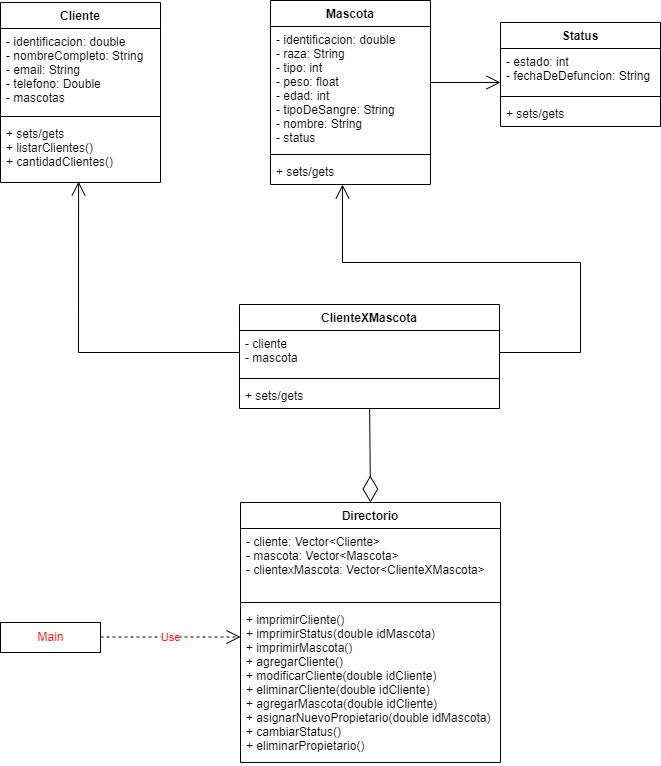
This is ClinicaVeterinariUML.drawio.png from JuanRx19/ClinicaVeterinaria, a draw.io export, as it was before one commit. Source tidied: cells renumbered, new cells last; positions are measured from the earlier drawing's top-left corner, leaving out a move shared by most shapes.
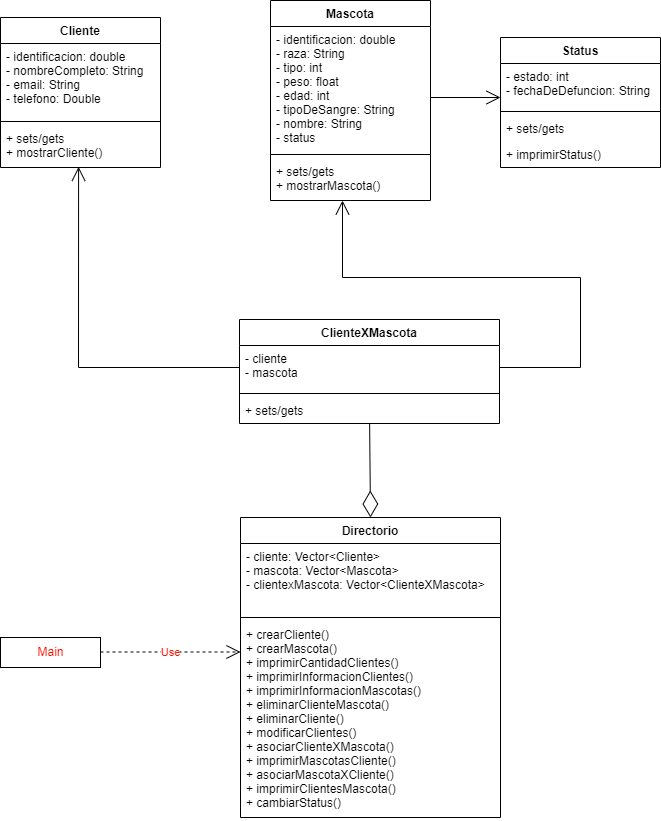
After the commit.

Commit message:
Actualización UML

Agregamos nuevas funcionalidades, por ende, las agregamos en el UML

The edit, as a diff of the source:
```diff
@@ -12,19 +12,19 @@
       </mxGeometry>
     </mxCell>
     <mxCell id="4" value="Cliente" style="swimlane;fontStyle=1;align=center;verticalAlign=top;horizontal=1;startSize=26;fontColor=#000000;" parent="1" vertex="1">
-      <mxGeometry y="2" width="160" height="180" as="geometry" />
+      <mxGeometry y="2" width="160" height="150" as="geometry" />
     </mxCell>
-    <mxCell id="5" value="- identificacion: double&#10;- nombreCompleto: String&#10;- email: String&#10;- telefono: Double&#10;- mascotas" style="text;strokeColor=none;fillColor=none;align=left;verticalAlign=top;spacingLeft=4;spacingRight=4;overflow=hidden;fontColor=#000000;" parent="4" vertex="1">
-      <mxGeometry y="26" width="160" height="84" as="geometry" />
+    <mxCell id="5" value="- identificacion: double&#10;- nombreCompleto: String&#10;- email: String&#10;- telefono: Double" style="text;strokeColor=none;fillColor=none;align=left;verticalAlign=top;spacingLeft=4;spacingRight=4;overflow=hidden;fontColor=#000000;" parent="4" vertex="1">
+      <mxGeometry y="26" width="160" height="74" as="geometry" />
     </mxCell>
     <mxCell id="6" style="line;strokeWidth=1;fillColor=none;align=left;verticalAlign=middle;spacingTop=-1;spacingLeft=3;spacingRight=3;labelPosition=right;fontColor=#FF1100;" parent="4" vertex="1">
-      <mxGeometry y="110" width="160" height="8" as="geometry" />
+      <mxGeometry y="100" width="160" height="8" as="geometry" />
     </mxCell>
-    <mxCell id="7" value="+ sets/gets&#10;+ listarClientes()&#10;+ cantidadClientes()" style="text;strokeColor=none;fillColor=none;align=left;verticalAlign=top;spacingLeft=4;spacingRight=4;overflow=hidden;points=[[0,0.5],[1,0.5]];portConstraint=eastwest;fontColor=#000000;" parent="4" vertex="1">
-      <mxGeometry y="118" width="160" height="62" as="geometry" />
+    <mxCell id="7" value="+ sets/gets&#10;+ mostrarCliente()" style="text;strokeColor=none;fillColor=none;align=left;verticalAlign=top;spacingLeft=4;spacingRight=4;overflow=hidden;points=[[0,0.5],[1,0.5]];portConstraint=eastwest;fontColor=#000000;" parent="4" vertex="1">
+      <mxGeometry y="108" width="160" height="42" as="geometry" />
     </mxCell>
     <mxCell id="8" value="Mascota" style="swimlane;fontStyle=1;align=center;verticalAlign=top;horizontal=1;startSize=26;fontColor=#000000;" parent="1" vertex="1">
-      <mxGeometry x="270" width="160" height="184" as="geometry" />
+      <mxGeometry x="270" y="-15" width="160" height="200" as="geometry" />
     </mxCell>
     <mxCell id="9" value="- identificacion: double&#10;- raza: String&#10;- tipo: int&#10;- peso: float&#10;- edad: int&#10;- tipoDeSangre: String&#10;- nombre: String&#10;- status" style="text;strokeColor=none;fillColor=none;align=left;verticalAlign=top;spacingLeft=4;spacingRight=4;overflow=hidden;fontColor=#000000;" parent="8" vertex="1">
       <mxGeometry y="26" width="160" height="124" as="geometry" />
@@ -32,11 +32,11 @@
     <mxCell id="10" style="line;strokeWidth=1;fillColor=none;align=left;verticalAlign=middle;spacingTop=-1;spacingLeft=3;spacingRight=3;labelPosition=right;fontColor=#FF1100;" parent="8" vertex="1">
       <mxGeometry y="150" width="160" height="8" as="geometry" />
     </mxCell>
-    <mxCell id="11" value="+ sets/gets" style="text;strokeColor=none;fillColor=none;align=left;verticalAlign=top;spacingLeft=4;spacingRight=4;overflow=hidden;points=[[0,0.5],[1,0.5]];portConstraint=eastwest;fontColor=#000000;" parent="8" vertex="1">
-      <mxGeometry y="158" width="160" height="26" as="geometry" />
+    <mxCell id="11" value="+ sets/gets&#10;+ mostrarMascota()" style="text;strokeColor=none;fillColor=none;align=left;verticalAlign=top;spacingLeft=4;spacingRight=4;overflow=hidden;points=[[0,0.5],[1,0.5]];portConstraint=eastwest;fontColor=#000000;" parent="8" vertex="1">
+      <mxGeometry y="158" width="160" height="42" as="geometry" />
     </mxCell>
     <mxCell id="12" value="Status" style="swimlane;fontStyle=1;align=center;verticalAlign=top;horizontal=1;startSize=26;fontColor=#000000;" parent="1" vertex="1">
-      <mxGeometry x="500" y="22" width="160" height="104" as="geometry" />
+      <mxGeometry x="500" y="22" width="160" height="130" as="geometry" />
     </mxCell>
     <mxCell id="13" value="- estado: int&#10;- fechaDeDefuncion: String" style="text;strokeColor=none;fillColor=none;align=left;verticalAlign=top;spacingLeft=4;spacingRight=4;overflow=hidden;fontColor=#000000;" parent="12" vertex="1">
       <mxGeometry y="26" width="160" height="44" as="geometry" />
@@ -53,8 +53,11 @@
     <mxCell id="16" value="+ sets/gets" style="text;strokeColor=none;fillColor=none;align=left;verticalAlign=top;spacingLeft=4;spacingRight=4;overflow=hidden;fontColor=#000000;" parent="12" vertex="1">
       <mxGeometry y="78" width="160" height="26" as="geometry" />
     </mxCell>
+    <mxCell id="28" value="+ imprimirStatus()" style="text;strokeColor=none;fillColor=none;align=left;verticalAlign=top;spacingLeft=4;spacingRight=4;overflow=hidden;" parent="12" vertex="1">
+      <mxGeometry y="104" width="160" height="26" as="geometry" />
+    </mxCell>
     <mxCell id="17" value="Directorio" style="swimlane;fontStyle=1;align=center;verticalAlign=top;horizontal=1;startSize=26;" parent="1" vertex="1">
-      <mxGeometry x="240" y="502" width="260" height="260" as="geometry" />
+      <mxGeometry x="240" y="502" width="260" height="300" as="geometry" />
     </mxCell>
     <mxCell id="18" value="- cliente: Vector&lt;Cliente&gt;&#10;- mascota: Vector&lt;Mascota&gt;&#10;- clientexMascota: Vector&lt;ClienteXMascota&gt;" style="text;strokeColor=none;fillColor=none;align=left;verticalAlign=top;spacingLeft=4;spacingRight=4;overflow=hidden;" parent="17" vertex="1">
       <mxGeometry y="26" width="260" height="70" as="geometry" />
@@ -62,8 +65,8 @@
     <mxCell id="19" style="line;strokeWidth=1;fillColor=none;align=left;verticalAlign=middle;spacingTop=-1;spacingLeft=3;spacingRight=3;labelPosition=right;" parent="17" vertex="1">
       <mxGeometry y="96" width="260" height="8" as="geometry" />
     </mxCell>
-    <mxCell id="20" value="+ imprimirCliente()&#10;+ imprimirStatus(double idMascota)&#10;+ imprimirMascota()&#10;+ agregarCliente()&#10;+ modificarCliente(double idCliente)&#10;+ eliminarCliente(double idCliente)&#10;+ agregarMascota(double idCliente)&#10;+ asignarNuevoPropietario(double idMascota)&#10;+ cambiarStatus()&#10;+ eliminarPropietario()" style="text;strokeColor=none;fillColor=none;align=left;verticalAlign=top;spacingLeft=4;spacingRight=4;overflow=hidden;" parent="17" vertex="1">
-      <mxGeometry y="104" width="260" height="156" as="geometry" />
+    <mxCell id="20" value="+ crearCliente()&#10;+ crearMascota()&#10;+ imprimirCantidadClientes()&#10;+ imprimirInformacionClientes()&#10;+ imprimirInformacionMascotas()&#10;+ eliminarClienteMascota()&#10;+ eliminarCliente()&#10;+ modificarClientes()&#10;+ asociarClienteXMascota()&#10;+ imprimirMascotasCliente()&#10;+ asociarMascotaXCliente()&#10;+ imprimirClientesMascota()&#10;+ cambiarStatus()" style="text;strokeColor=none;fillColor=none;align=left;verticalAlign=top;spacingLeft=4;spacingRight=4;overflow=hidden;" parent="17" vertex="1">
+      <mxGeometry y="104" width="260" height="196" as="geometry" />
     </mxCell>
     <mxCell id="21" value="ClienteXMascota" style="swimlane;fontStyle=1;align=center;verticalAlign=top;horizontal=1;startSize=26;fontColor=#000000;" parent="1" vertex="1">
       <mxGeometry x="239" y="304" width="260" height="104" as="geometry" />
```
